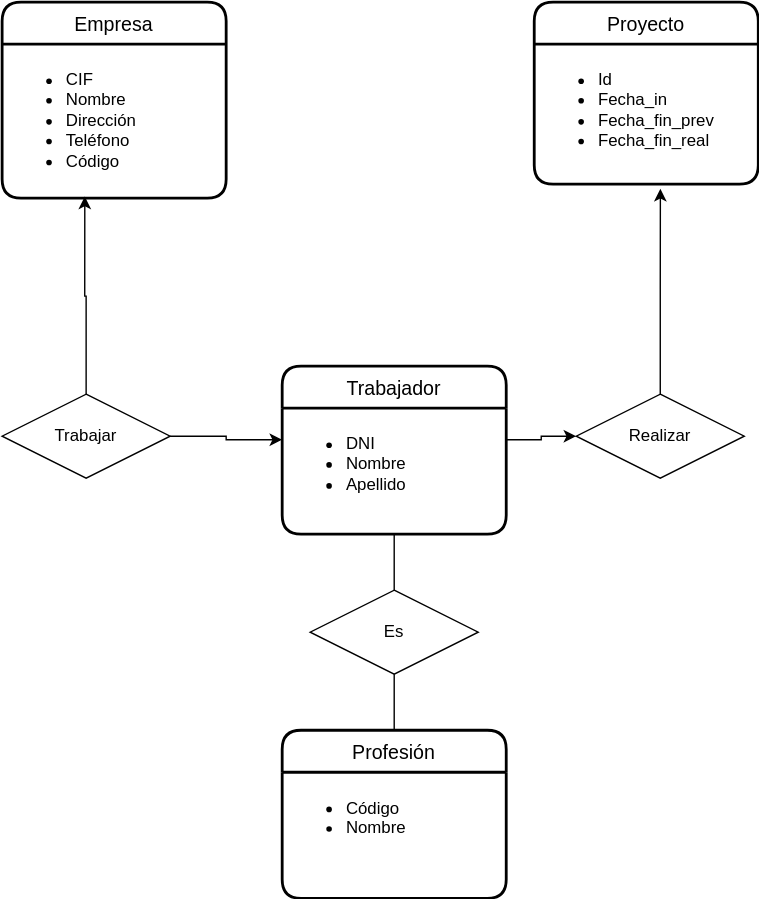
Earlier version of the draw.io export UD12-12.svg (Jimxx22/C3-UD11-UML). Source tidied: cells renumbered, new cells last; positions are measured from the earlier drawing's top-left corner, leaving out a move shared by most shapes. Source of this version:
```xml
<mxGraphModel>
  <root>
    <mxCell id="0" />
    <mxCell id="1" parent="0" />
    <mxCell id="2" value="Empresa" style="swimlane;horizontal=1;startSize=30;rounded=1;fontSize=14;fontStyle=0;strokeWidth=2;shadow=0;dashed=0;align=center;" parent="1" vertex="1">
      <mxGeometry width="160" height="140" as="geometry" />
    </mxCell>
    <mxCell id="3" value="&lt;ul&gt;&lt;li&gt;CIF&lt;/li&gt;&lt;li&gt;Nombre&lt;/li&gt;&lt;li&gt;Dirección&lt;/li&gt;&lt;li&gt;Teléfono&lt;/li&gt;&lt;li&gt;Código&lt;/li&gt;&lt;/ul&gt;" style="align=left;strokeColor=none;fillColor=none;spacingLeft=4;fontSize=12;verticalAlign=top;html=1;" parent="2" vertex="1">
      <mxGeometry y="30" width="160" height="110" as="geometry" />
    </mxCell>
    <mxCell id="4" value="Proyecto" style="swimlane;horizontal=1;startSize=30;rounded=1;fontSize=14;fontStyle=0;strokeWidth=2;shadow=0;dashed=0;align=center;" parent="1" vertex="1">
      <mxGeometry x="380" width="160" height="130" as="geometry" />
    </mxCell>
    <mxCell id="5" value="&lt;ul&gt;&lt;li&gt;Id&lt;/li&gt;&lt;li&gt;Fecha_in&lt;/li&gt;&lt;li&gt;Fecha_fin_prev&lt;/li&gt;&lt;li&gt;Fecha_fin_real&lt;/li&gt;&lt;/ul&gt;" style="align=left;strokeColor=none;fillColor=none;spacingLeft=4;fontSize=12;verticalAlign=top;html=1;" parent="4" vertex="1">
      <mxGeometry y="30" width="160" height="100" as="geometry" />
    </mxCell>
    <mxCell id="6" value="Trabajador" style="swimlane;horizontal=1;startSize=30;rounded=1;fontSize=14;fontStyle=0;strokeWidth=2;shadow=0;dashed=0;align=center;" parent="1" vertex="1">
      <mxGeometry x="200" y="260" width="160" height="120" as="geometry" />
    </mxCell>
    <mxCell id="7" value="&lt;ul&gt;&lt;li&gt;DNI&lt;/li&gt;&lt;li&gt;Nombre&lt;/li&gt;&lt;li&gt;Apellido&lt;/li&gt;&lt;/ul&gt;" style="align=left;strokeColor=none;fillColor=none;spacingLeft=4;fontSize=12;verticalAlign=top;html=1;" parent="6" vertex="1">
      <mxGeometry y="30" width="160" height="90" as="geometry" />
    </mxCell>
    <mxCell id="8" value="Profesión" style="swimlane;horizontal=1;startSize=30;rounded=1;fontSize=14;fontStyle=0;strokeWidth=2;shadow=0;dashed=0;align=center;" parent="1" vertex="1">
      <mxGeometry x="200" y="520" width="160" height="120" as="geometry" />
    </mxCell>
    <mxCell id="9" value="&lt;ul&gt;&lt;li&gt;Código&lt;/li&gt;&lt;li&gt;Nombre&lt;/li&gt;&lt;/ul&gt;" style="align=left;strokeColor=none;fillColor=none;spacingLeft=4;fontSize=12;verticalAlign=top;html=1;" parent="8" vertex="1">
      <mxGeometry y="30" width="160" height="90" as="geometry" />
    </mxCell>
    <mxCell id="10" value="Es" style="shape=rhombus;perimeter=rhombusPerimeter;whiteSpace=wrap;html=1;align=center;labelBackgroundColor=none;" parent="1" vertex="1">
      <mxGeometry x="220" y="420" width="120" height="60" as="geometry" />
    </mxCell>
    <mxCell id="11" style="edgeStyle=orthogonalEdgeStyle;rounded=0;jettySize=auto;html=1;exitX=1;exitY=0.5;exitDx=0;exitDy=0;entryX=0;entryY=0.25;entryDx=0;entryDy=0;" parent="1" edge="1" source="15" target="7">
      <mxGeometry relative="1" as="geometry" />
    </mxCell>
    <mxCell id="12" style="endArrow=none;html=1;rounded=0;labelBackgroundColor=none;entryX=0.5;entryY=0;entryDx=0;entryDy=0;exitX=0.5;exitY=1;exitDx=0;exitDy=0;" parent="1" edge="1" source="10" target="8">
      <mxGeometry relative="1" as="geometry" />
    </mxCell>
    <mxCell id="13" style="edgeStyle=orthogonalEdgeStyle;rounded=0;jettySize=auto;html=1;exitX=0.5;exitY=0;exitDx=0;exitDy=0;entryX=0.369;entryY=0.989;entryDx=0;entryDy=0;entryPerimeter=0;" parent="1" edge="1" source="15" target="3">
      <mxGeometry relative="1" as="geometry" />
    </mxCell>
    <mxCell id="14" style="endArrow=none;html=1;rounded=0;labelBackgroundColor=none;entryX=0.5;entryY=0;entryDx=0;entryDy=0;exitX=0.5;exitY=1;exitDx=0;exitDy=0;" parent="1" edge="1" source="7" target="10">
      <mxGeometry relative="1" as="geometry" />
    </mxCell>
    <mxCell id="15" value="Trabajar" style="shape=rhombus;perimeter=rhombusPerimeter;whiteSpace=wrap;html=1;align=center;" parent="1" vertex="1">
      <mxGeometry y="280" width="120" height="60" as="geometry" />
    </mxCell>
    <mxCell id="16" style="edgeStyle=orthogonalEdgeStyle;rounded=0;jettySize=auto;html=1;exitX=0.5;exitY=0;exitDx=0;exitDy=0;entryX=0.563;entryY=1.033;entryDx=0;entryDy=0;entryPerimeter=0;" parent="1" edge="1" source="17" target="5">
      <mxGeometry relative="1" as="geometry" />
    </mxCell>
    <mxCell id="17" value="Realizar" style="shape=rhombus;perimeter=rhombusPerimeter;whiteSpace=wrap;html=1;align=center;" parent="1" vertex="1">
      <mxGeometry x="410" y="280" width="120" height="60" as="geometry" />
    </mxCell>
    <mxCell id="18" style="edgeStyle=orthogonalEdgeStyle;rounded=0;jettySize=auto;html=1;exitX=1;exitY=0.25;exitDx=0;exitDy=0;" parent="1" edge="1" source="7" target="17">
      <mxGeometry relative="1" as="geometry" />
    </mxCell>
  </root>
</mxGraphModel>
```
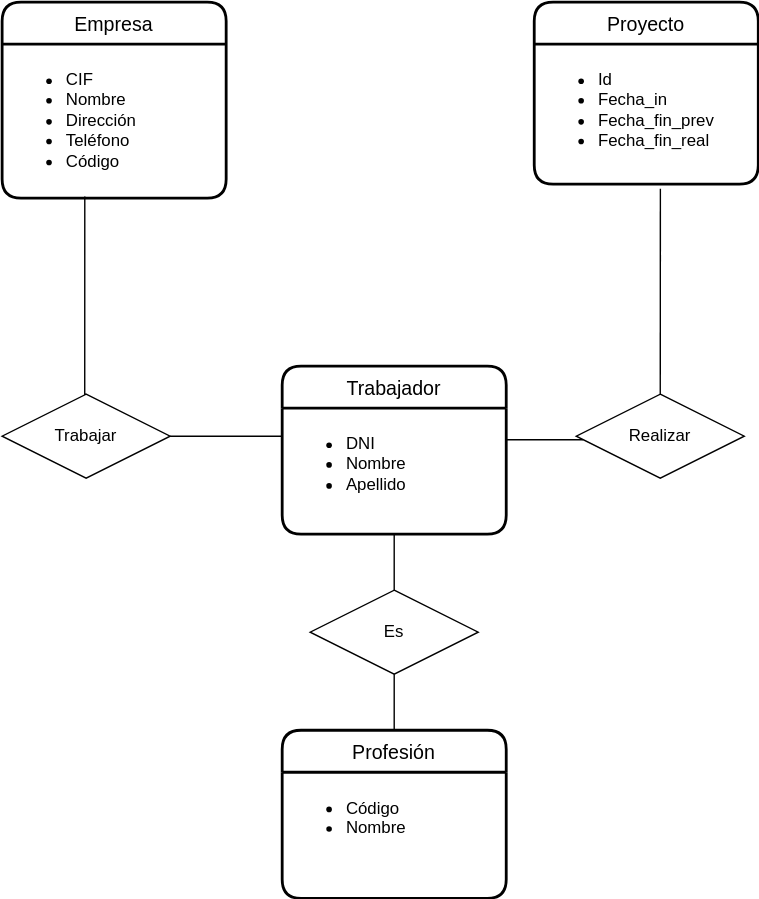
The same diagram one commit later.

Change to the diagram source:
```diff
@@ -29,14 +29,22 @@
     <mxCell id="10" value="Es" style="shape=rhombus;perimeter=rhombusPerimeter;whiteSpace=wrap;html=1;align=center;labelBackgroundColor=none;" parent="1" vertex="1">
       <mxGeometry x="220" y="420" width="120" height="60" as="geometry" />
     </mxCell>
-    <mxCell id="11" style="edgeStyle=orthogonalEdgeStyle;rounded=0;jettySize=auto;html=1;exitX=1;exitY=0.5;exitDx=0;exitDy=0;entryX=0;entryY=0.25;entryDx=0;entryDy=0;" parent="1" edge="1" source="15" target="7">
-      <mxGeometry relative="1" as="geometry" />
+    <mxCell id="11" style="edgeStyle=orthogonalEdgeStyle;rounded=0;jettySize=auto;html=1;exitX=1;exitY=0.5;exitDx=0;exitDy=0;entryX=0;entryY=0.25;entryDx=0;entryDy=0;endArrow=none;endFill=0;" parent="1" edge="1" source="15" target="7">
+      <mxGeometry relative="1" as="geometry">
+        <Array as="points">
+          <mxPoint x="200" y="310" />
+        </Array>
+      </mxGeometry>
     </mxCell>
     <mxCell id="12" style="endArrow=none;html=1;rounded=0;labelBackgroundColor=none;entryX=0.5;entryY=0;entryDx=0;entryDy=0;exitX=0.5;exitY=1;exitDx=0;exitDy=0;" parent="1" edge="1" source="10" target="8">
       <mxGeometry relative="1" as="geometry" />
     </mxCell>
-    <mxCell id="13" style="edgeStyle=orthogonalEdgeStyle;rounded=0;jettySize=auto;html=1;exitX=0.5;exitY=0;exitDx=0;exitDy=0;entryX=0.369;entryY=0.989;entryDx=0;entryDy=0;entryPerimeter=0;" parent="1" edge="1" source="15" target="3">
-      <mxGeometry relative="1" as="geometry" />
+    <mxCell id="13" style="edgeStyle=orthogonalEdgeStyle;rounded=0;jettySize=auto;html=1;exitX=0.5;exitY=0;exitDx=0;exitDy=0;entryX=0.369;entryY=0.989;entryDx=0;entryDy=0;entryPerimeter=0;endArrow=none;endFill=0;" parent="1" edge="1" source="15" target="3">
+      <mxGeometry relative="1" as="geometry">
+        <Array as="points">
+          <mxPoint x="59" y="280" />
+        </Array>
+      </mxGeometry>
     </mxCell>
     <mxCell id="14" style="endArrow=none;html=1;rounded=0;labelBackgroundColor=none;entryX=0.5;entryY=0;entryDx=0;entryDy=0;exitX=0.5;exitY=1;exitDx=0;exitDy=0;" parent="1" edge="1" source="7" target="10">
       <mxGeometry relative="1" as="geometry" />
@@ -44,14 +52,23 @@
     <mxCell id="15" value="Trabajar" style="shape=rhombus;perimeter=rhombusPerimeter;whiteSpace=wrap;html=1;align=center;" parent="1" vertex="1">
       <mxGeometry y="280" width="120" height="60" as="geometry" />
     </mxCell>
-    <mxCell id="16" style="edgeStyle=orthogonalEdgeStyle;rounded=0;jettySize=auto;html=1;exitX=0.5;exitY=0;exitDx=0;exitDy=0;entryX=0.563;entryY=1.033;entryDx=0;entryDy=0;entryPerimeter=0;" parent="1" edge="1" source="17" target="5">
-      <mxGeometry relative="1" as="geometry" />
+    <mxCell id="16" style="edgeStyle=orthogonalEdgeStyle;rounded=0;jettySize=auto;html=1;exitX=0.5;exitY=0;exitDx=0;exitDy=0;entryX=0.563;entryY=1.033;entryDx=0;entryDy=0;entryPerimeter=0;endArrow=none;endFill=0;" parent="1" edge="1" source="17" target="5">
+      <mxGeometry relative="1" as="geometry">
+        <Array as="points">
+          <mxPoint x="470" y="280" />
+        </Array>
+      </mxGeometry>
     </mxCell>
     <mxCell id="17" value="Realizar" style="shape=rhombus;perimeter=rhombusPerimeter;whiteSpace=wrap;html=1;align=center;" parent="1" vertex="1">
       <mxGeometry x="410" y="280" width="120" height="60" as="geometry" />
     </mxCell>
-    <mxCell id="18" style="edgeStyle=orthogonalEdgeStyle;rounded=0;jettySize=auto;html=1;exitX=1;exitY=0.25;exitDx=0;exitDy=0;" parent="1" edge="1" source="7" target="17">
-      <mxGeometry relative="1" as="geometry" />
+    <mxCell id="18" style="edgeStyle=orthogonalEdgeStyle;rounded=0;jettySize=auto;html=1;exitX=1;exitY=0.25;exitDx=0;exitDy=0;endArrow=none;endFill=0;" parent="1" edge="1" source="7" target="17">
+      <mxGeometry relative="1" as="geometry">
+        <Array as="points">
+          <mxPoint x="400" y="313" />
+          <mxPoint x="400" y="313" />
+        </Array>
+      </mxGeometry>
     </mxCell>
   </root>
 </mxGraphModel>
```
